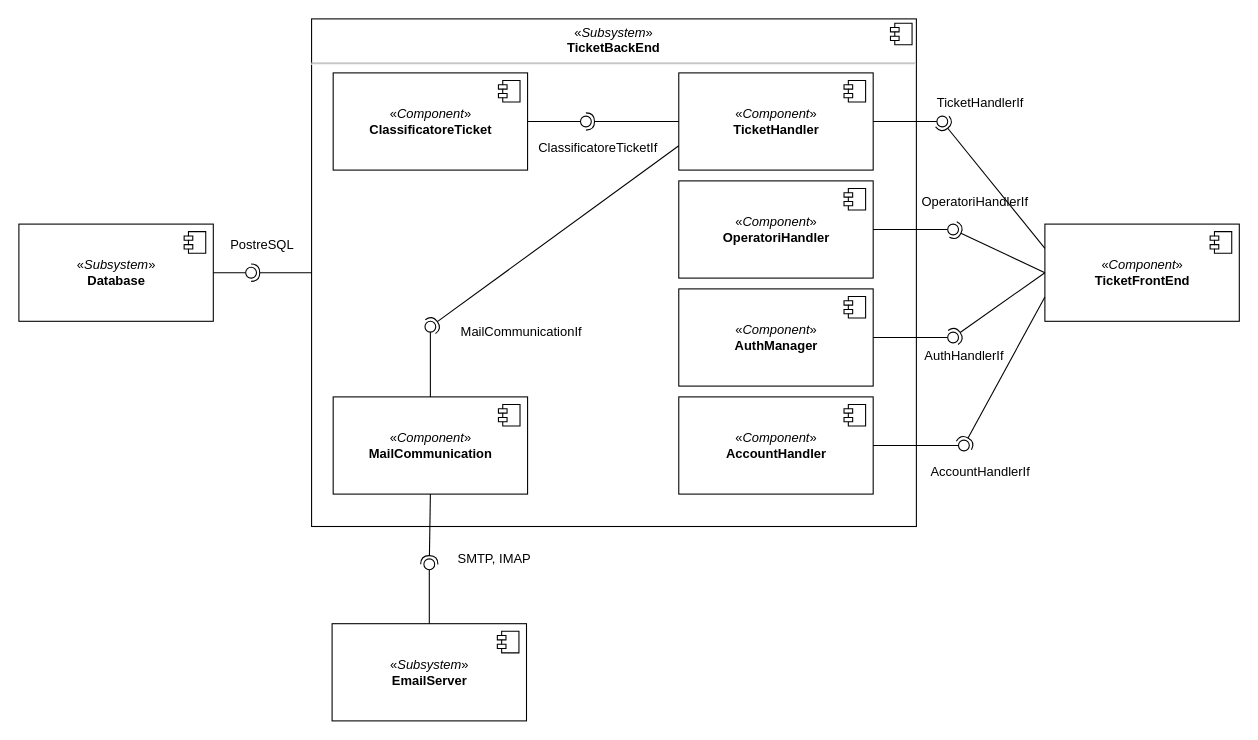
Before: page "Component" (3 of 5) of docs/diagrammi.drawio in shxdow/aep, a draw.io diagram. Source tidied: cells renumbered, new cells numbered last; positions are measured from the earlier drawing's top-left corner, leaving out a move shared by most shapes. Both pictures are drawn from the tidied source at 108%, with x=0, y=0 at pixel (18, 18).
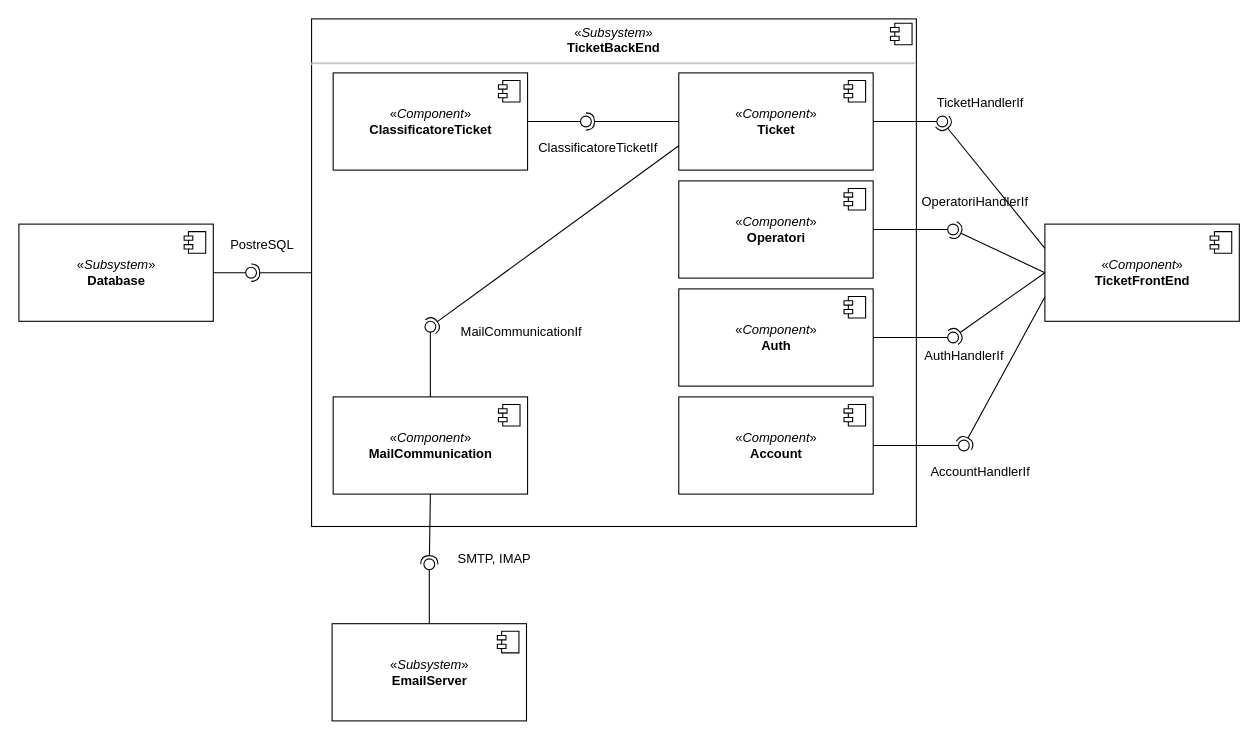
After the change.

Unchanged cells that the change refers to:
```xml
<mxCell id="10" value="&lt;p style=&quot;margin: 0px ; margin-top: 6px ; text-align: center&quot;&gt;«&lt;i&gt;Subsystem&lt;/i&gt;»&lt;br&gt;&lt;b&gt;TicketBackEnd&lt;/b&gt;&lt;br&gt;&lt;/p&gt;&lt;hr&gt;&lt;p style=&quot;margin: 0px ; margin-left: 8px&quot;&gt;&lt;br&gt;&lt;/p&gt;" style="align=left;overflow=fill;html=1;" parent="1" vertex="1">
  <mxGeometry x="271" width="560" height="470" as="geometry" />
</mxCell>
```

What changed in the source:
```diff
@@
-    <mxCell id="12" value="«&lt;i&gt;Component&lt;/i&gt;»&lt;br&gt;&lt;b&gt;AuthManager&lt;/b&gt;" style="html=1;" parent="10" vertex="1">
+    <mxCell id="12" value="«&lt;i&gt;Component&lt;/i&gt;»&lt;br&gt;&lt;b&gt;Auth&lt;/b&gt;" style="html=1;" parent="10" vertex="1">
       <mxGeometry x="340" y="250" width="180" height="90" as="geometry" />
     </mxCell>
@@
-    <mxCell id="14" value="«&lt;i&gt;Component&lt;/i&gt;»&lt;br&gt;&lt;b&gt;TicketHandler&lt;/b&gt;" style="html=1;" parent="10" vertex="1">
+    <mxCell id="14" value="«&lt;i&gt;Component&lt;/i&gt;»&lt;br&gt;&lt;b&gt;Ticket&lt;/b&gt;" style="html=1;" parent="10" vertex="1">
       <mxGeometry x="340" y="50" width="180" height="90" as="geometry" />
     </mxCell>
@@
-    <mxCell id="16" value="«&lt;i&gt;Component&lt;/i&gt;»&lt;br&gt;&lt;b&gt;OperatoriHandler&lt;/b&gt;" style="html=1;" parent="10" vertex="1">
+    <mxCell id="16" value="«&lt;i&gt;Component&lt;/i&gt;»&lt;br&gt;&lt;b&gt;Operatori&lt;/b&gt;" style="html=1;" parent="10" vertex="1">
       <mxGeometry x="340" y="150" width="180" height="90" as="geometry" />
     </mxCell>
@@
-    <mxCell id="18" value="«&lt;i&gt;Component&lt;/i&gt;»&lt;br&gt;&lt;b&gt;AccountHandler&lt;/b&gt;" style="html=1;" parent="10" vertex="1">
+    <mxCell id="18" value="«&lt;i&gt;Component&lt;/i&gt;»&lt;br&gt;&lt;b&gt;Account&lt;/b&gt;" style="html=1;" parent="10" vertex="1">
       <mxGeometry x="340" y="350" width="180" height="90" as="geometry" />
     </mxCell>
```
